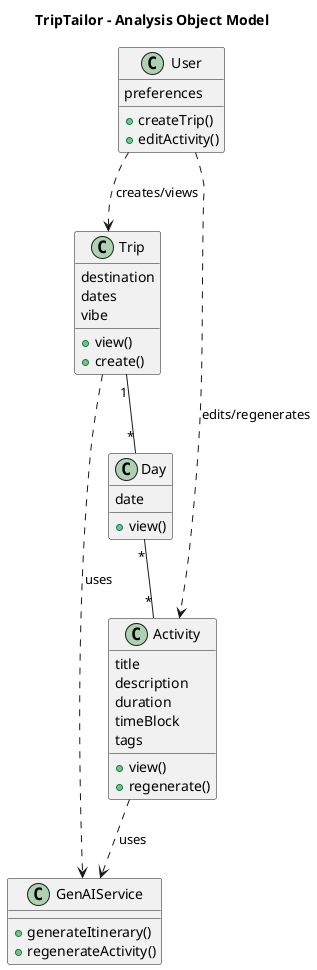
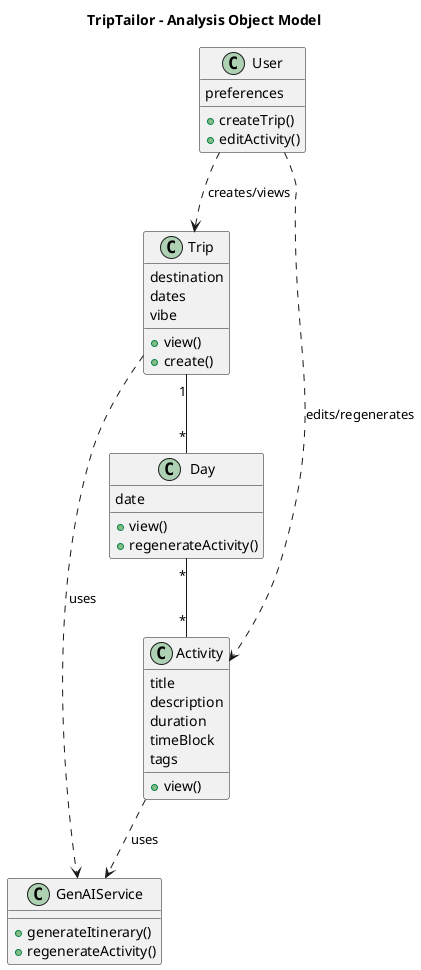
@startuml analysis-object-model
title TripTailor - Analysis Object Model

class Trip {
  destination
  dates
  vibe
  + view()
  + create()
}

class Day {
  date
  + view()
+   + regenerateActivity()
}

class Activity {
  title
  description
  duration
  timeBlock
  tags
  + view()
-   + regenerate()
}

class User {
  preferences
  + createTrip()
  + editActivity()
}

' Necessary?
' ==========
class GenAIService {
  + generateItinerary()
  + regenerateActivity()
}

Activity ..> GenAIService : uses
Trip ..> GenAIService : uses
' =========



Trip "1" -- "*" Day
Day "*" -- "*" Activity

User ..> Trip : creates/views
User ..> Activity : edits/regenerates

@enduml